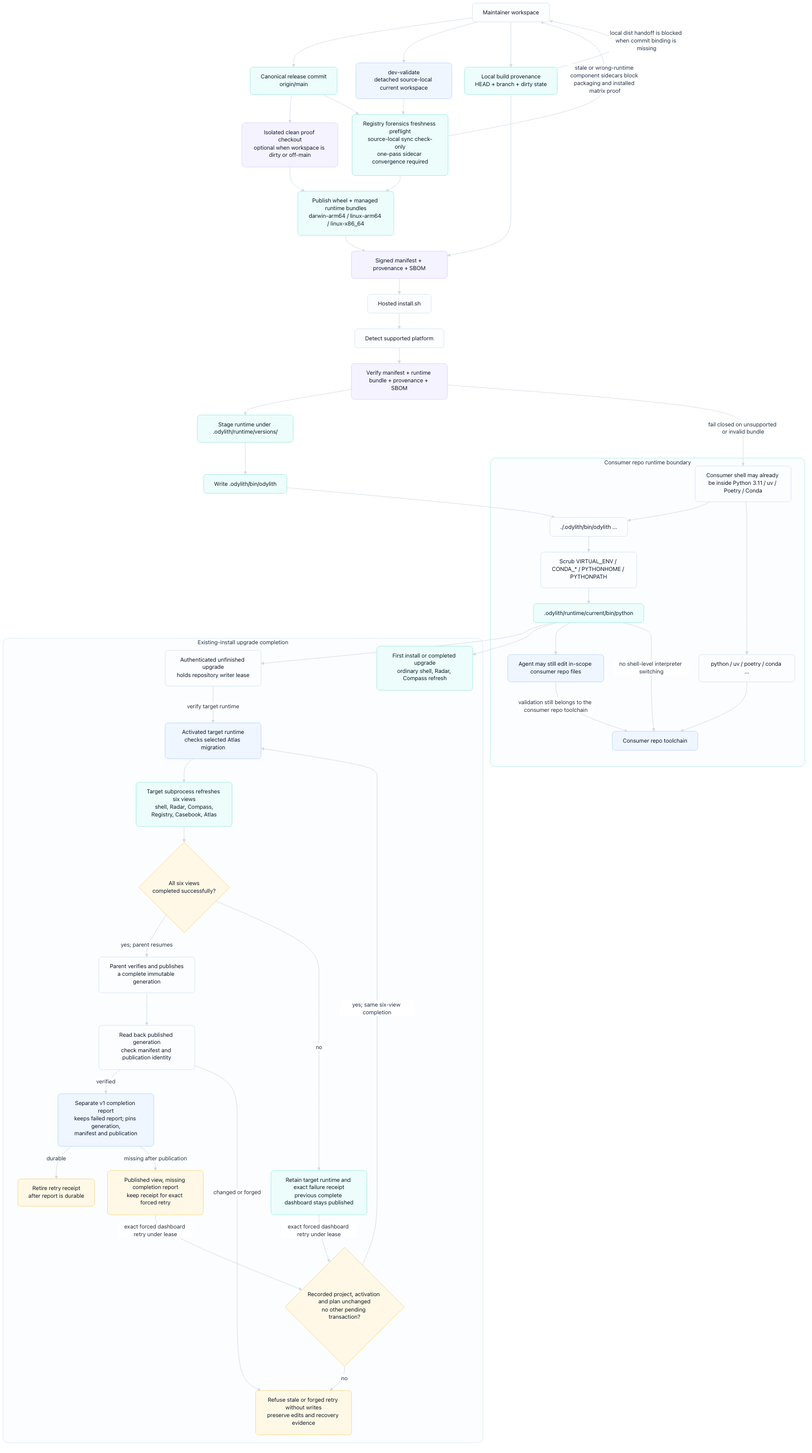
Before: odylith/atlas/source/odylith-managed-runtime-release-and-install-flow.png, a diagram exported from Mermaid (odylith/odylith). Its source is kept beside it as odylith/atlas/source/odylith-managed-runtime-release-and-install-flow.mmd.
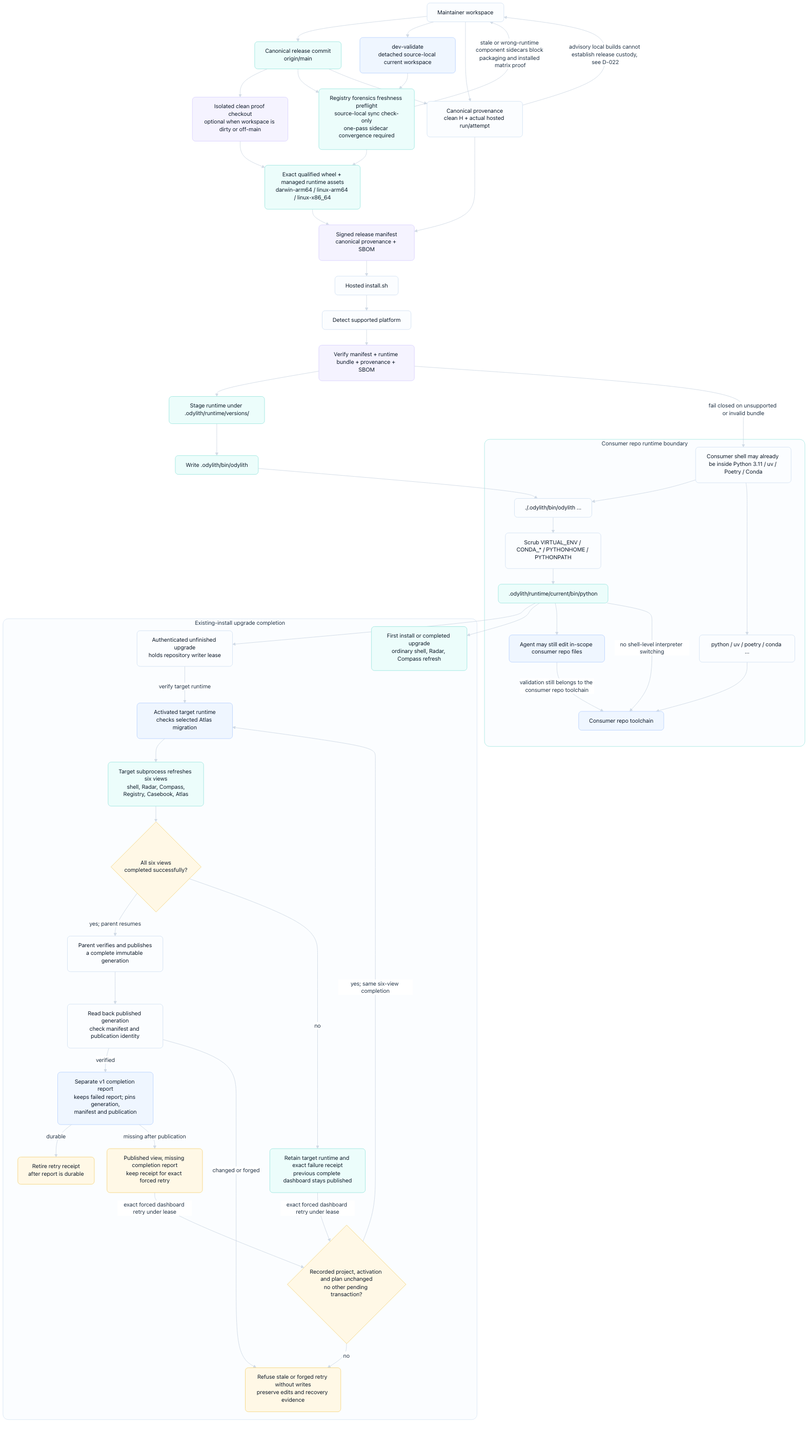
Above is the later version.

What changed in the source:
```diff
@@ -4,9 +4,9 @@
     forensicpreflight["Registry forensics freshness preflight<br/>source-local sync check-only<br/>one-pass sidecar convergence required"]
     canonical["Canonical release commit<br/>origin/main"]
     proof["Isolated clean proof checkout<br/>optional when workspace is dirty or off-main"]
-    bundles["Publish wheel + managed runtime bundles<br/>darwin-arm64 / linux-arm64 / linux-x86_64"]
-    localprov["Local build provenance<br/>HEAD + branch + dirty state"]
-    manifest["Signed manifest + provenance + SBOM"]
+    bundles["Exact qualified wheel + managed runtime assets<br/>darwin-arm64 / linux-arm64 / linux-x86_64"]
+    localprov["Canonical provenance<br/>clean H + actual hosted run/attempt"]
+    manifest["Signed release manifest<br/>canonical provenance + SBOM"]
     install["Hosted install.sh"]
     detect["Detect supported platform"]
     verify["Verify manifest + runtime bundle + provenance + SBOM"]
@@ -45,6 +45,7 @@
     maintainer --> localprov
     canonical --> proof
     canonical --> forensicpreflight
+    canonical --> localprov
     forensicpreflight --> bundles
     proof --> bundles
     bundles --> manifest
@@ -79,7 +80,7 @@
     managed --> repo_files
     consumer_cmd --> consumer_rt
 
-    localprov -. local dist handoff is blocked when commit binding is missing .-> maintainer
+    localprov -. advisory local builds cannot establish release custody, see D-022 .-> maintainer
     forensicpreflight -. stale or wrong-runtime component sidecars block packaging and installed matrix proof .-> maintainer
     verify -. fail closed on unsupported or invalid bundle .-> shell
     managed -. no shell-level interpreter switching .-> consumer_rt
```
